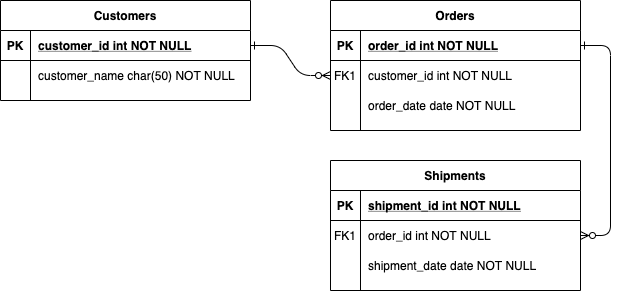
The draw.io diagram docs/daily-ERD.png in smikulic/daily, before a commit. Source tidied: cells renumbered, new cells last; positions are measured from the earlier drawing's top-left corner, leaving out a move shared by most shapes. Source of this version:
```xml
<mxGraphModel>
  <root>
    <mxCell id="0" />
    <mxCell id="1" parent="0" />
    <mxCell id="2" style="edgeStyle=entityRelationEdgeStyle;endArrow=ERzeroToMany;startArrow=ERone;endFill=1;startFill=0;" parent="1" edge="1" source="25" target="8">
      <mxGeometry relative="1" as="geometry" />
    </mxCell>
    <mxCell id="3" style="edgeStyle=entityRelationEdgeStyle;endArrow=ERzeroToMany;startArrow=ERone;endFill=1;startFill=0;" parent="1" edge="1" source="5" target="18">
      <mxGeometry relative="1" as="geometry" />
    </mxCell>
    <mxCell id="4" value="Orders" style="shape=table;startSize=30;rowLines=0;fontStyle=1;align=center;" parent="1" vertex="1">
      <mxGeometry x="330" width="250" height="130" as="geometry" />
    </mxCell>
    <mxCell id="5" style="shape=partialRectangle;fillColor=none;points=[[0,0.5],[1,0.5]];portConstraint=eastwest;top=0;left=0;right=0;bottom=1;" parent="4" vertex="1">
      <mxGeometry y="30" width="250" height="30" as="geometry" />
    </mxCell>
    <mxCell id="6" value="PK" style="shape=partialRectangle;overflow=hidden;fillColor=none;top=0;left=0;bottom=0;right=0;fontStyle=1;" parent="5" vertex="1">
      <mxGeometry width="30" height="30" as="geometry" />
    </mxCell>
    <mxCell id="7" value="order_id int NOT NULL " style="shape=partialRectangle;overflow=hidden;fillColor=none;top=0;left=0;bottom=0;right=0;align=left;spacingLeft=6;fontStyle=5;" parent="5" vertex="1">
      <mxGeometry x="30" width="220" height="30" as="geometry" />
    </mxCell>
    <mxCell id="8" style="shape=partialRectangle;fillColor=none;points=[[0,0.5],[1,0.5]];portConstraint=eastwest;top=0;left=0;right=0;bottom=0;" parent="4" vertex="1">
      <mxGeometry y="60" width="250" height="30" as="geometry" />
    </mxCell>
    <mxCell id="9" value="FK1" style="shape=partialRectangle;overflow=hidden;fillColor=none;top=0;left=0;bottom=0;right=0;" parent="8" vertex="1">
      <mxGeometry width="30" height="30" as="geometry" />
    </mxCell>
    <mxCell id="10" value="customer_id int NOT NULL" style="shape=partialRectangle;overflow=hidden;fillColor=none;top=0;left=0;bottom=0;right=0;align=left;spacingLeft=6;" parent="8" vertex="1">
      <mxGeometry x="30" width="220" height="30" as="geometry" />
    </mxCell>
    <mxCell id="11" style="shape=partialRectangle;fillColor=none;top=0;left=0;right=0;bottom=0;" parent="4" vertex="1">
      <mxGeometry y="90" width="250" height="30" as="geometry" />
    </mxCell>
    <mxCell id="12" style="shape=partialRectangle;overflow=hidden;fillColor=none;top=0;left=0;bottom=0;right=0;" parent="11" vertex="1">
      <mxGeometry width="30" height="30" as="geometry" />
    </mxCell>
    <mxCell id="13" value="order_date date NOT NULL" style="shape=partialRectangle;overflow=hidden;fillColor=none;top=0;left=0;bottom=0;right=0;align=left;spacingLeft=6;" parent="11" vertex="1">
      <mxGeometry x="30" width="220" height="30" as="geometry" />
    </mxCell>
    <mxCell id="14" value="Shipments" style="shape=table;startSize=30;rowLines=0;fontStyle=1;align=center;" parent="1" vertex="1">
      <mxGeometry x="330" y="160" width="250" height="130" as="geometry" />
    </mxCell>
    <mxCell id="15" style="shape=partialRectangle;fillColor=none;top=0;left=0;right=0;bottom=1;" parent="14" vertex="1">
      <mxGeometry y="30" width="250" height="30" as="geometry" />
    </mxCell>
    <mxCell id="16" value="PK" style="shape=partialRectangle;overflow=hidden;fillColor=none;top=0;left=0;bottom=0;right=0;fontStyle=1;" parent="15" vertex="1">
      <mxGeometry width="30" height="30" as="geometry" />
    </mxCell>
    <mxCell id="17" value="shipment_id int NOT NULL " style="shape=partialRectangle;overflow=hidden;fillColor=none;top=0;left=0;bottom=0;right=0;align=left;spacingLeft=6;fontStyle=5;" parent="15" vertex="1">
      <mxGeometry x="30" width="220" height="30" as="geometry" />
    </mxCell>
    <mxCell id="18" style="shape=partialRectangle;fillColor=none;points=[[0,0.5],[1,0.5]];portConstraint=eastwest;top=0;left=0;right=0;bottom=0;" parent="14" vertex="1">
      <mxGeometry y="60" width="250" height="30" as="geometry" />
    </mxCell>
    <mxCell id="19" value="FK1" style="shape=partialRectangle;overflow=hidden;fillColor=none;top=0;left=0;bottom=0;right=0;" parent="18" vertex="1">
      <mxGeometry width="30" height="30" as="geometry" />
    </mxCell>
    <mxCell id="20" value="order_id int NOT NULL" style="shape=partialRectangle;overflow=hidden;fillColor=none;top=0;left=0;bottom=0;right=0;align=left;spacingLeft=6;" parent="18" vertex="1">
      <mxGeometry x="30" width="220" height="30" as="geometry" />
    </mxCell>
    <mxCell id="21" style="shape=partialRectangle;fillColor=none;points=[[0,0.5],[1,0.5]];portConstraint=eastwest;top=0;left=0;right=0;bottom=0;" parent="14" vertex="1">
      <mxGeometry y="90" width="250" height="30" as="geometry" />
    </mxCell>
    <mxCell id="22" style="shape=partialRectangle;overflow=hidden;fillColor=none;top=0;left=0;bottom=0;right=0;" parent="21" vertex="1">
      <mxGeometry width="30" height="30" as="geometry" />
    </mxCell>
    <mxCell id="23" value="shipment_date date NOT NULL" style="shape=partialRectangle;overflow=hidden;fillColor=none;top=0;left=0;bottom=0;right=0;align=left;spacingLeft=6;" parent="21" vertex="1">
      <mxGeometry x="30" width="220" height="30" as="geometry" />
    </mxCell>
    <mxCell id="24" value="Customers" style="shape=table;startSize=30;rowLines=0;fontStyle=1;align=center;" parent="1" vertex="1">
      <mxGeometry width="250" height="100" as="geometry" />
    </mxCell>
    <mxCell id="25" style="shape=partialRectangle;fillColor=none;points=[[0,0.5],[1,0.5]];portConstraint=eastwest;top=0;left=0;right=0;bottom=1;" parent="24" vertex="1">
      <mxGeometry y="30" width="250" height="30" as="geometry" />
    </mxCell>
    <mxCell id="26" value="PK" style="shape=partialRectangle;overflow=hidden;fillColor=none;top=0;left=0;bottom=0;right=0;fontStyle=1;" parent="25" vertex="1">
      <mxGeometry width="30" height="30" as="geometry" />
    </mxCell>
    <mxCell id="27" value="customer_id int NOT NULL " style="shape=partialRectangle;overflow=hidden;fillColor=none;top=0;left=0;bottom=0;right=0;align=left;spacingLeft=6;fontStyle=5;" parent="25" vertex="1">
      <mxGeometry x="30" width="220" height="30" as="geometry" />
    </mxCell>
    <mxCell id="28" style="shape=partialRectangle;fillColor=none;top=0;left=0;right=0;bottom=0;" parent="24" vertex="1">
      <mxGeometry y="60" width="250" height="30" as="geometry" />
    </mxCell>
    <mxCell id="29" style="shape=partialRectangle;overflow=hidden;fillColor=none;top=0;left=0;bottom=0;right=0;" parent="28" vertex="1">
      <mxGeometry width="30" height="30" as="geometry" />
    </mxCell>
    <mxCell id="30" value="customer_name char(50) NOT NULL" style="shape=partialRectangle;overflow=hidden;fillColor=none;top=0;left=0;bottom=0;right=0;align=left;spacingLeft=6;" parent="28" vertex="1">
      <mxGeometry x="30" width="220" height="30" as="geometry" />
    </mxCell>
  </root>
</mxGraphModel>
```
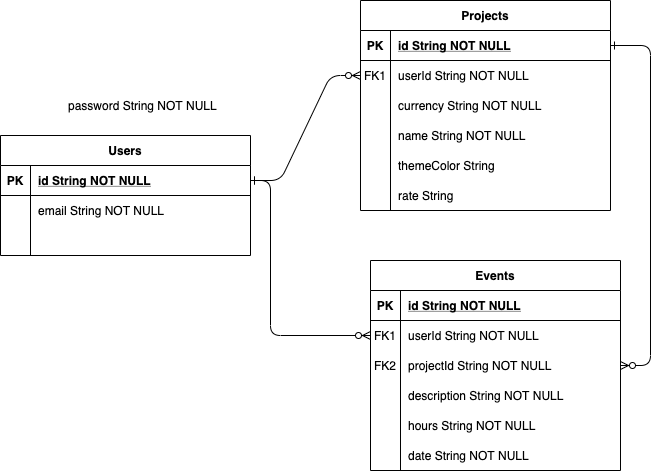
Later version of the same file.

Diff of the diagram source:
```diff
@@ -2,14 +2,14 @@
   <root>
     <mxCell id="0" />
     <mxCell id="1" parent="0" />
-    <mxCell id="2" style="edgeStyle=entityRelationEdgeStyle;endArrow=ERzeroToMany;startArrow=ERone;endFill=1;startFill=0;" parent="1" edge="1" source="25" target="8">
+    <mxCell id="2" style="edgeStyle=entityRelationEdgeStyle;endArrow=ERzeroToMany;startArrow=ERone;endFill=1;startFill=0;entryX=0;entryY=0.5;entryDx=0;entryDy=0;" parent="1" edge="1" source="25" target="8">
       <mxGeometry relative="1" as="geometry" />
     </mxCell>
-    <mxCell id="3" style="edgeStyle=entityRelationEdgeStyle;endArrow=ERzeroToMany;startArrow=ERone;endFill=1;startFill=0;" parent="1" edge="1" source="5" target="18">
+    <mxCell id="3" style="edgeStyle=entityRelationEdgeStyle;endArrow=ERzeroToMany;startArrow=ERone;endFill=1;startFill=0;" parent="1" edge="1" source="5" target="21">
       <mxGeometry relative="1" as="geometry" />
     </mxCell>
-    <mxCell id="4" value="Orders" style="shape=table;startSize=30;rowLines=0;fontStyle=1;align=center;" parent="1" vertex="1">
-      <mxGeometry x="330" width="250" height="130" as="geometry" />
+    <mxCell id="4" value="Projects" style="shape=table;startSize=30;rowLines=0;fontStyle=1;align=center;" parent="1" vertex="1">
+      <mxGeometry x="330" width="250" height="210" as="geometry" />
     </mxCell>
     <mxCell id="5" style="shape=partialRectangle;fillColor=none;points=[[0,0.5],[1,0.5]];portConstraint=eastwest;top=0;left=0;right=0;bottom=1;" parent="4" vertex="1">
       <mxGeometry y="30" width="250" height="30" as="geometry" />
@@ -17,7 +17,7 @@
     <mxCell id="6" value="PK" style="shape=partialRectangle;overflow=hidden;fillColor=none;top=0;left=0;bottom=0;right=0;fontStyle=1;" parent="5" vertex="1">
       <mxGeometry width="30" height="30" as="geometry" />
     </mxCell>
-    <mxCell id="7" value="order_id int NOT NULL " style="shape=partialRectangle;overflow=hidden;fillColor=none;top=0;left=0;bottom=0;right=0;align=left;spacingLeft=6;fontStyle=5;" parent="5" vertex="1">
+    <mxCell id="7" value="id String NOT NULL" style="shape=partialRectangle;overflow=hidden;fillColor=none;top=0;left=0;bottom=0;right=0;align=left;spacingLeft=6;fontStyle=5;" parent="5" vertex="1">
       <mxGeometry x="30" width="220" height="30" as="geometry" />
     </mxCell>
     <mxCell id="8" style="shape=partialRectangle;fillColor=none;points=[[0,0.5],[1,0.5]];portConstraint=eastwest;top=0;left=0;right=0;bottom=0;" parent="4" vertex="1">
@@ -26,7 +26,7 @@
     <mxCell id="9" value="FK1" style="shape=partialRectangle;overflow=hidden;fillColor=none;top=0;left=0;bottom=0;right=0;" parent="8" vertex="1">
       <mxGeometry width="30" height="30" as="geometry" />
     </mxCell>
-    <mxCell id="10" value="customer_id int NOT NULL" style="shape=partialRectangle;overflow=hidden;fillColor=none;top=0;left=0;bottom=0;right=0;align=left;spacingLeft=6;" parent="8" vertex="1">
+    <mxCell id="10" value="userId String NOT NULL" style="shape=partialRectangle;overflow=hidden;fillColor=none;top=0;left=0;bottom=0;right=0;align=left;spacingLeft=6;" parent="8" vertex="1">
       <mxGeometry x="30" width="220" height="30" as="geometry" />
     </mxCell>
     <mxCell id="11" style="shape=partialRectangle;fillColor=none;top=0;left=0;right=0;bottom=0;" parent="4" vertex="1">
@@ -35,11 +35,11 @@
     <mxCell id="12" style="shape=partialRectangle;overflow=hidden;fillColor=none;top=0;left=0;bottom=0;right=0;" parent="11" vertex="1">
       <mxGeometry width="30" height="30" as="geometry" />
     </mxCell>
-    <mxCell id="13" value="order_date date NOT NULL" style="shape=partialRectangle;overflow=hidden;fillColor=none;top=0;left=0;bottom=0;right=0;align=left;spacingLeft=6;" parent="11" vertex="1">
+    <mxCell id="13" value="currency String NOT NULL" style="shape=partialRectangle;overflow=hidden;fillColor=none;top=0;left=0;bottom=0;right=0;align=left;spacingLeft=6;" parent="11" vertex="1">
       <mxGeometry x="30" width="220" height="30" as="geometry" />
     </mxCell>
-    <mxCell id="14" value="Shipments" style="shape=table;startSize=30;rowLines=0;fontStyle=1;align=center;" parent="1" vertex="1">
-      <mxGeometry x="330" y="160" width="250" height="130" as="geometry" />
+    <mxCell id="14" value="Events" style="shape=table;startSize=30;rowLines=0;fontStyle=1;align=center;" parent="1" vertex="1">
+      <mxGeometry x="340" y="260" width="250" height="210" as="geometry" />
     </mxCell>
     <mxCell id="15" style="shape=partialRectangle;fillColor=none;top=0;left=0;right=0;bottom=1;" parent="14" vertex="1">
       <mxGeometry y="30" width="250" height="30" as="geometry" />
@@ -47,7 +47,7 @@
     <mxCell id="16" value="PK" style="shape=partialRectangle;overflow=hidden;fillColor=none;top=0;left=0;bottom=0;right=0;fontStyle=1;" parent="15" vertex="1">
       <mxGeometry width="30" height="30" as="geometry" />
     </mxCell>
-    <mxCell id="17" value="shipment_id int NOT NULL " style="shape=partialRectangle;overflow=hidden;fillColor=none;top=0;left=0;bottom=0;right=0;align=left;spacingLeft=6;fontStyle=5;" parent="15" vertex="1">
+    <mxCell id="17" value="id String NOT NULL " style="shape=partialRectangle;overflow=hidden;fillColor=none;top=0;left=0;bottom=0;right=0;align=left;spacingLeft=6;fontStyle=5;" parent="15" vertex="1">
       <mxGeometry x="30" width="220" height="30" as="geometry" />
     </mxCell>
     <mxCell id="18" style="shape=partialRectangle;fillColor=none;points=[[0,0.5],[1,0.5]];portConstraint=eastwest;top=0;left=0;right=0;bottom=0;" parent="14" vertex="1">
@@ -56,7 +56,7 @@
     <mxCell id="19" value="FK1" style="shape=partialRectangle;overflow=hidden;fillColor=none;top=0;left=0;bottom=0;right=0;" parent="18" vertex="1">
       <mxGeometry width="30" height="30" as="geometry" />
     </mxCell>
-    <mxCell id="20" value="order_id int NOT NULL" style="shape=partialRectangle;overflow=hidden;fillColor=none;top=0;left=0;bottom=0;right=0;align=left;spacingLeft=6;" parent="18" vertex="1">
+    <mxCell id="20" value="userId String NOT NULL" style="shape=partialRectangle;overflow=hidden;fillColor=none;top=0;left=0;bottom=0;right=0;align=left;spacingLeft=6;" parent="18" vertex="1">
       <mxGeometry x="30" width="220" height="30" as="geometry" />
     </mxCell>
     <mxCell id="21" style="shape=partialRectangle;fillColor=none;points=[[0,0.5],[1,0.5]];portConstraint=eastwest;top=0;left=0;right=0;bottom=0;" parent="14" vertex="1">
@@ -65,11 +65,11 @@
     <mxCell id="22" style="shape=partialRectangle;overflow=hidden;fillColor=none;top=0;left=0;bottom=0;right=0;" parent="21" vertex="1">
       <mxGeometry width="30" height="30" as="geometry" />
     </mxCell>
-    <mxCell id="23" value="shipment_date date NOT NULL" style="shape=partialRectangle;overflow=hidden;fillColor=none;top=0;left=0;bottom=0;right=0;align=left;spacingLeft=6;" parent="21" vertex="1">
+    <mxCell id="23" value="projectId String NOT NULL" style="shape=partialRectangle;overflow=hidden;fillColor=none;top=0;left=0;bottom=0;right=0;align=left;spacingLeft=6;" parent="21" vertex="1">
       <mxGeometry x="30" width="220" height="30" as="geometry" />
     </mxCell>
-    <mxCell id="24" value="Customers" style="shape=table;startSize=30;rowLines=0;fontStyle=1;align=center;" parent="1" vertex="1">
-      <mxGeometry width="250" height="100" as="geometry" />
+    <mxCell id="24" value="Users" style="shape=table;startSize=30;rowLines=0;fontStyle=1;align=center;" parent="1" vertex="1">
+      <mxGeometry x="-30" y="135" width="250" height="120" as="geometry" />
     </mxCell>
     <mxCell id="25" style="shape=partialRectangle;fillColor=none;points=[[0,0.5],[1,0.5]];portConstraint=eastwest;top=0;left=0;right=0;bottom=1;" parent="24" vertex="1">
       <mxGeometry y="30" width="250" height="30" as="geometry" />
@@ -77,7 +77,7 @@
     <mxCell id="26" value="PK" style="shape=partialRectangle;overflow=hidden;fillColor=none;top=0;left=0;bottom=0;right=0;fontStyle=1;" parent="25" vertex="1">
       <mxGeometry width="30" height="30" as="geometry" />
     </mxCell>
-    <mxCell id="27" value="customer_id int NOT NULL " style="shape=partialRectangle;overflow=hidden;fillColor=none;top=0;left=0;bottom=0;right=0;align=left;spacingLeft=6;fontStyle=5;" parent="25" vertex="1">
+    <mxCell id="27" value="id String NOT NULL " style="shape=partialRectangle;overflow=hidden;fillColor=none;top=0;left=0;bottom=0;right=0;align=left;spacingLeft=6;fontStyle=5;" parent="25" vertex="1">
       <mxGeometry x="30" width="220" height="30" as="geometry" />
     </mxCell>
     <mxCell id="28" style="shape=partialRectangle;fillColor=none;top=0;left=0;right=0;bottom=0;" parent="24" vertex="1">
@@ -86,8 +86,40 @@
     <mxCell id="29" style="shape=partialRectangle;overflow=hidden;fillColor=none;top=0;left=0;bottom=0;right=0;" parent="28" vertex="1">
       <mxGeometry width="30" height="30" as="geometry" />
     </mxCell>
-    <mxCell id="30" value="customer_name char(50) NOT NULL" style="shape=partialRectangle;overflow=hidden;fillColor=none;top=0;left=0;bottom=0;right=0;align=left;spacingLeft=6;" parent="28" vertex="1">
+    <mxCell id="30" value="email String NOT NULL" style="shape=partialRectangle;overflow=hidden;fillColor=none;top=0;left=0;bottom=0;right=0;align=left;spacingLeft=6;" parent="28" vertex="1">
       <mxGeometry x="30" width="220" height="30" as="geometry" />
     </mxCell>
+    <mxCell id="31" value="password String NOT NULL" style="shape=partialRectangle;overflow=hidden;fillColor=none;top=0;left=0;bottom=0;right=0;align=left;spacingLeft=6;" parent="1" vertex="1">
+      <mxGeometry x="30" y="90" width="220" height="30" as="geometry" />
+    </mxCell>
+    <mxCell id="32" value="rate String" style="shape=partialRectangle;overflow=hidden;fillColor=none;top=0;left=0;bottom=0;right=0;align=left;spacingLeft=6;" parent="1" vertex="1">
+      <mxGeometry x="360" y="180" width="220" height="30" as="geometry" />
+    </mxCell>
+    <mxCell id="33" value="themeColor String" style="shape=partialRectangle;overflow=hidden;fillColor=none;top=0;left=0;bottom=0;right=0;align=left;spacingLeft=6;" parent="1" vertex="1">
+      <mxGeometry x="360" y="150" width="220" height="30" as="geometry" />
+    </mxCell>
+    <mxCell id="34" value="name String NOT NULL" style="shape=partialRectangle;overflow=hidden;fillColor=none;top=0;left=0;bottom=0;right=0;align=left;spacingLeft=6;" parent="1" vertex="1">
+      <mxGeometry x="360" y="120" width="220" height="30" as="geometry" />
+    </mxCell>
+    <mxCell id="35" value="FK2" style="shape=partialRectangle;overflow=hidden;fillColor=none;top=0;left=0;bottom=0;right=0;" parent="1" vertex="1">
+      <mxGeometry x="340" y="350" width="30" height="30" as="geometry" />
+    </mxCell>
+    <mxCell id="36" style="edgeStyle=orthogonalEdgeStyle;rounded=1;jettySize=auto;html=1;endArrow=ERzeroToMany;endFill=1;entryX=0;entryY=0.5;entryDx=0;entryDy=0;startArrow=ERone;startFill=0;" parent="1" edge="1" source="25" target="18">
+      <mxGeometry relative="1" as="geometry">
+        <Array as="points">
+          <mxPoint x="240" y="180" />
+          <mxPoint x="240" y="335" />
+        </Array>
+      </mxGeometry>
+    </mxCell>
+    <mxCell id="37" value="description String NOT NULL" style="shape=partialRectangle;overflow=hidden;fillColor=none;top=0;left=0;bottom=0;right=0;align=left;spacingLeft=6;" parent="1" vertex="1">
+      <mxGeometry x="370" y="380" width="220" height="30" as="geometry" />
+    </mxCell>
+    <mxCell id="38" value="hours String NOT NULL" style="shape=partialRectangle;overflow=hidden;fillColor=none;top=0;left=0;bottom=0;right=0;align=left;spacingLeft=6;" parent="1" vertex="1">
+      <mxGeometry x="370" y="410" width="220" height="30" as="geometry" />
+    </mxCell>
+    <mxCell id="39" value="date String NOT NULL" style="shape=partialRectangle;overflow=hidden;fillColor=none;top=0;left=0;bottom=0;right=0;align=left;spacingLeft=6;" parent="1" vertex="1">
+      <mxGeometry x="370" y="440" width="220" height="30" as="geometry" />
+    </mxCell>
   </root>
 </mxGraphModel>
```
